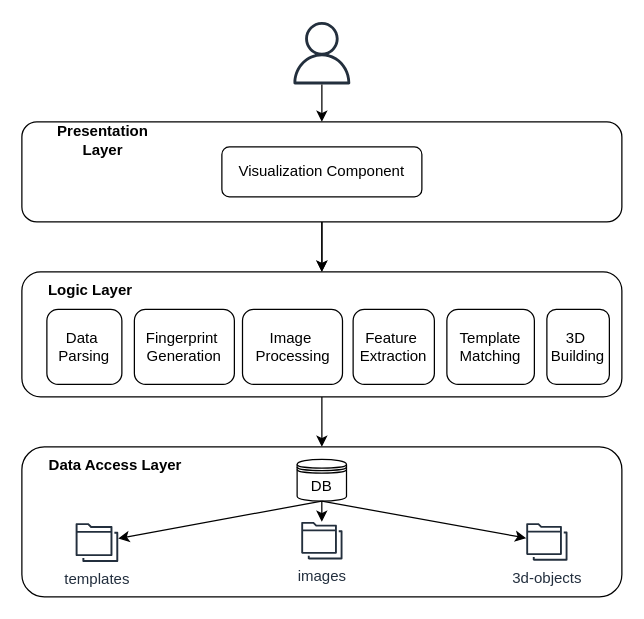
This is page "System-Architecture" (8 of 11) of Docs/Diagrams.drawio.xml from okashaluai/Fingerprint-Biometric-Research-Tool, a draw.io file, before an edit. Source tidied: cells renumbered, new cells numbered last; positions are measured from the earlier drawing's top-left corner, leaving out a move shared by most shapes. Both pictures are drawn from the tidied source at 125%, with x=0, y=0 at pixel (21, 21).
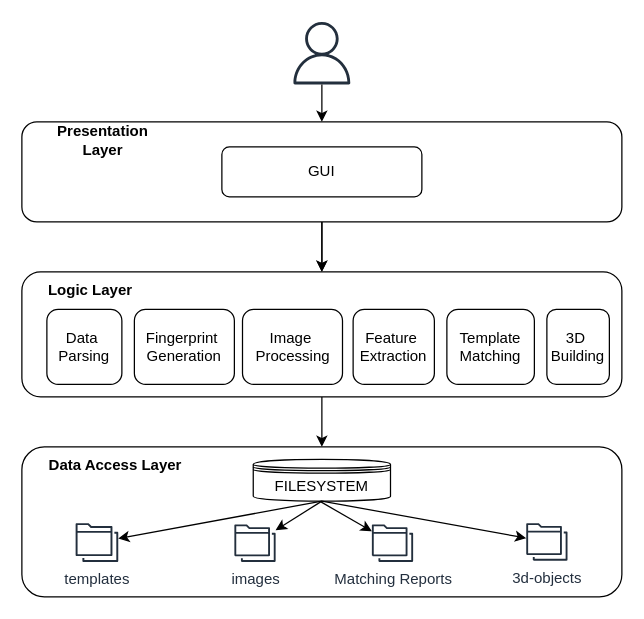
After the change.

What changed in the source:
```diff
@@
-    <mxCell id="4" value="DB" style="shape=datastore;whiteSpace=wrap;html=1;" parent="1" vertex="1">
-      <mxGeometry x="220.2" y="350" width="39.5" height="33.4" as="geometry" />
+    <mxCell id="4" value="FILESYSTEM" style="shape=datastore;whiteSpace=wrap;html=1;" parent="1" vertex="1">
+      <mxGeometry x="185.1" y="350" width="109.8" height="33.4" as="geometry" />
     </mxCell>
@@
     <mxCell id="14" value="images" style="sketch=0;outlineConnect=0;fontColor=#232F3E;gradientColor=none;fillColor=#232F3D;strokeColor=none;dashed=0;verticalLabelPosition=bottom;verticalAlign=top;align=center;html=1;fontSize=12;fontStyle=0;shape=mxgraph.aws4.folders;" parent="1" vertex="1">
-      <mxGeometry x="223.5" y="400" width="33" height="30" as="geometry" />
+      <mxGeometry x="170" y="402" width="33" height="30" as="geometry" />
     </mxCell>
@@
-    <mxCell id="18" value="Visualization Component" style="rounded=1;whiteSpace=wrap;html=1;" parent="1" vertex="1">
+    <mxCell id="18" value="GUI" style="rounded=1;whiteSpace=wrap;html=1;" parent="1" vertex="1">
       <mxGeometry x="160" y="100" width="160" height="40" as="geometry" />
     </mxCell>
@@
+    <mxCell id="28" value="Matching Reports" style="sketch=0;outlineConnect=0;fontColor=#232F3E;gradientColor=none;fillColor=#232F3D;strokeColor=none;dashed=0;verticalLabelPosition=bottom;verticalAlign=top;align=center;html=1;fontSize=12;fontStyle=0;shape=mxgraph.aws4.folders;" parent="1" vertex="1">
+      <mxGeometry x="280" y="402" width="33" height="30" as="geometry" />
+    </mxCell>
+    <mxCell id="29" style="endArrow=classic;html=1;rounded=0;exitX=0.493;exitY=1.018;exitDx=0;exitDy=0;exitPerimeter=0;" parent="1" edge="1" source="4" target="28">
+      <mxGeometry relative="1" as="geometry" />
+    </mxCell>
```
